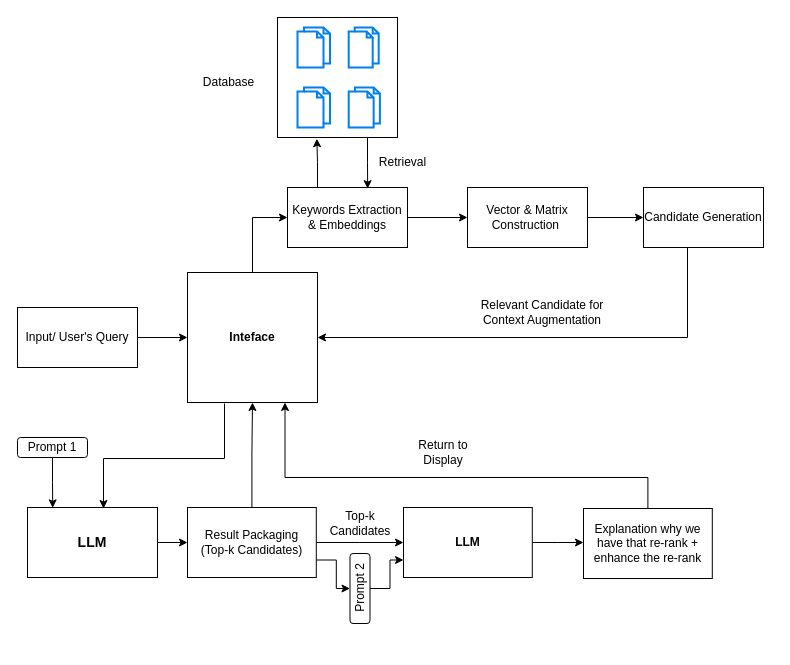
Earlier version of the draw.io diagram Baseline.drawio (Mancupfire/Retrieval_Model). Source tidied: cells renumbered, new cells numbered last; positions are measured from the earlier drawing's top-left corner, leaving out a move shared by most shapes. Both pictures are drawn from the tidied source at 100%, with x=0, y=0 at pixel (17, 17).
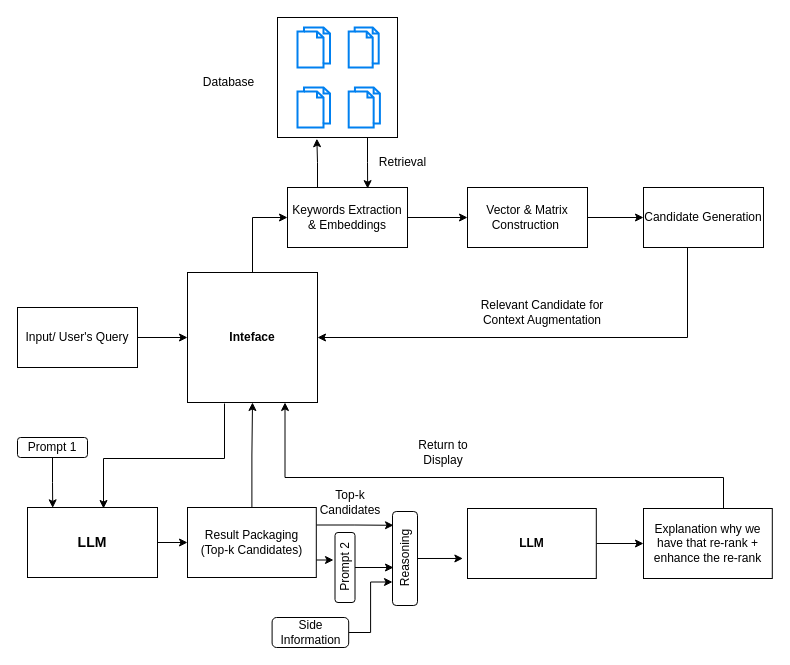
The same diagram, later.

Unchanged cells that the change refers to:
```xml
<mxCell id="7" value="&lt;b&gt;Inteface&lt;/b&gt;" style="rounded=0;whiteSpace=wrap;html=1;" parent="1" vertex="1">
  <mxGeometry x="170" y="255" width="130" height="130" as="geometry" />
</mxCell>
<mxCell id="29" value="Result Packaging&lt;div&gt;(Top-k Candidates)&lt;/div&gt;" style="rounded=0;whiteSpace=wrap;html=1;" parent="1" vertex="1">
  <mxGeometry x="170" y="490" width="128.8" height="70" as="geometry" />
</mxCell>
```

What changed in the source:
```diff
@@
-    <mxCell id="27" style="edgeStyle=orthogonalEdgeStyle;rounded=0;jettySize=auto;html=1;" parent="1" edge="1" source="29">
-      <mxGeometry relative="1" as="geometry">
-        <mxPoint x="386" y="525" as="targetPoint" />
-      </mxGeometry>
-    </mxCell>
-    <mxCell id="28" style="edgeStyle=orthogonalEdgeStyle;rounded=0;jettySize=auto;html=1;exitX=1;exitY=0.75;exitDx=0;exitDy=0;entryX=0.5;entryY=0;entryDx=0;entryDy=0;" parent="1" edge="1" source="29" target="37">
-      <mxGeometry relative="1" as="geometry" />
-    </mxCell>
+    <mxCell id="39" style="edgeStyle=orthogonalEdgeStyle;rounded=0;jettySize=auto;html=1;exitX=1;exitY=0.25;exitDx=0;exitDy=0;" parent="1" edge="1" source="29">
+      <mxGeometry relative="1" as="geometry">
+        <mxPoint x="376" y="507.8" as="targetPoint" />
+      </mxGeometry>
+    </mxCell>
@@
-    <mxCell id="31" style="edgeStyle=orthogonalEdgeStyle;rounded=0;jettySize=auto;html=1;" parent="1" edge="1" source="32">
-      <mxGeometry relative="1" as="geometry">
-        <mxPoint x="566" y="525" as="targetPoint" />
-      </mxGeometry>
-    </mxCell>
+    <mxCell id="40" style="edgeStyle=orthogonalEdgeStyle;rounded=0;jettySize=auto;html=1;entryX=0;entryY=0.5;entryDx=0;entryDy=0;" parent="1" edge="1" source="32" target="34">
+      <mxGeometry relative="1" as="geometry" />
+    </mxCell>
     <mxCell id="32" value="&lt;b&gt;LLM&lt;/b&gt;" style="rounded=0;whiteSpace=wrap;html=1;" parent="1" vertex="1">
-      <mxGeometry x="386" y="490" width="128.8" height="70" as="geometry" />
+      <mxGeometry x="450" y="491" width="128.8" height="70" as="geometry" />
     </mxCell>
     <mxCell id="33" style="edgeStyle=orthogonalEdgeStyle;rounded=0;jettySize=auto;html=1;entryX=0.75;entryY=1;entryDx=0;entryDy=0;" parent="1" edge="1" source="34" target="7">
       <mxGeometry relative="1" as="geometry">
         <Array as="points">
-          <mxPoint x="630" y="460" />
+          <mxPoint x="706" y="460" />
           <mxPoint x="268" y="460" />
         </Array>
       </mxGeometry>
     </mxCell>
     <mxCell id="34" value="Explanation why we have that re-rank + enhance the re-rank" style="rounded=0;whiteSpace=wrap;html=1;" parent="1" vertex="1">
-      <mxGeometry x="566" y="491" width="128.8" height="70" as="geometry" />
+      <mxGeometry x="626" y="491" width="128.8" height="70" as="geometry" />
     </mxCell>
     <mxCell id="35" value="Top-k Candidates" style="text;html=1;align=center;verticalAlign=middle;whiteSpace=wrap;rounded=0;" parent="1" vertex="1">
-      <mxGeometry x="312.5" y="491" width="60" height="30" as="geometry" />
+      <mxGeometry x="302.5" y="470" width="60" height="30" as="geometry" />
     </mxCell>
-    <mxCell id="36" style="edgeStyle=orthogonalEdgeStyle;rounded=0;jettySize=auto;html=1;entryX=0;entryY=0.75;entryDx=0;entryDy=0;" parent="1" edge="1" source="37" target="32">
-      <mxGeometry relative="1" as="geometry" />
-    </mxCell>
+    <mxCell id="41" style="edgeStyle=orthogonalEdgeStyle;rounded=0;jettySize=auto;html=1;" parent="1" edge="1" source="37">
+      <mxGeometry relative="1" as="geometry">
+        <mxPoint x="376" y="550" as="targetPoint" />
+      </mxGeometry>
+    </mxCell>
     <mxCell id="37" value="Prompt 2" style="rounded=1;whiteSpace=wrap;html=1;rotation=-90;" parent="1" vertex="1">
-      <mxGeometry x="307.5" y="561" width="70" height="20" as="geometry" />
+      <mxGeometry x="292.5" y="540" width="70" height="20" as="geometry" />
     </mxCell>
@@
+    <mxCell id="28" style="edgeStyle=orthogonalEdgeStyle;rounded=0;jettySize=auto;html=1;exitX=1;exitY=0.75;exitDx=0;exitDy=0;entryX=0.6;entryY=-0.074;entryDx=0;entryDy=0;entryPerimeter=0;" parent="1" edge="1" source="29" target="37">
+      <mxGeometry relative="1" as="geometry" />
+    </mxCell>
+    <mxCell id="42" style="edgeStyle=orthogonalEdgeStyle;rounded=0;jettySize=auto;html=1;entryX=0.25;entryY=0;entryDx=0;entryDy=0;" parent="1" edge="1" source="43" target="44">
+      <mxGeometry relative="1" as="geometry" />
+    </mxCell>
+    <mxCell id="43" value="Side Information" style="rounded=1;whiteSpace=wrap;html=1;rotation=0;" parent="1" vertex="1">
+      <mxGeometry x="254.6" y="600" width="76.6" height="30" as="geometry" />
+    </mxCell>
+    <mxCell id="44" value="Reasoning" style="rounded=1;whiteSpace=wrap;html=1;rotation=-90;" parent="1" vertex="1">
+      <mxGeometry x="340.5" y="528.5" width="94" height="25" as="geometry" />
+    </mxCell>
+    <mxCell id="45" style="edgeStyle=orthogonalEdgeStyle;rounded=0;jettySize=auto;html=1;entryX=-0.036;entryY=0.714;entryDx=0;entryDy=0;entryPerimeter=0;" parent="1" edge="1" source="44" target="32">
+      <mxGeometry relative="1" as="geometry" />
+    </mxCell>
```
